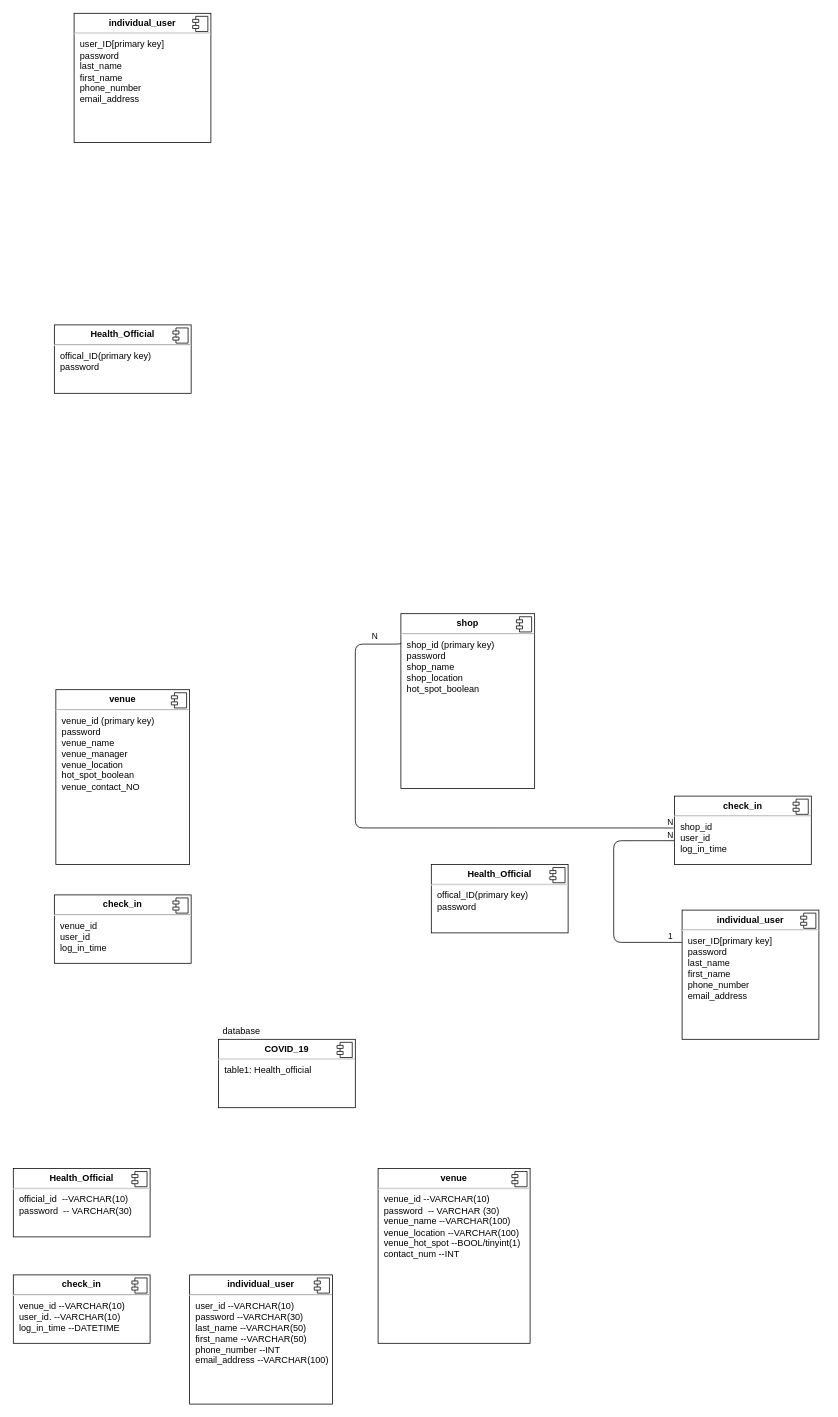
Before: schema.drawio in s1-wdc-project/COVID-tracing-system, a draw.io diagram. Source tidied: cells renumbered, new cells numbered last; positions are measured from the earlier drawing's top-left corner, leaving out a move shared by most shapes. Both pictures are drawn from the tidied source at 76%, with x=0, y=0 at pixel (13, 13).
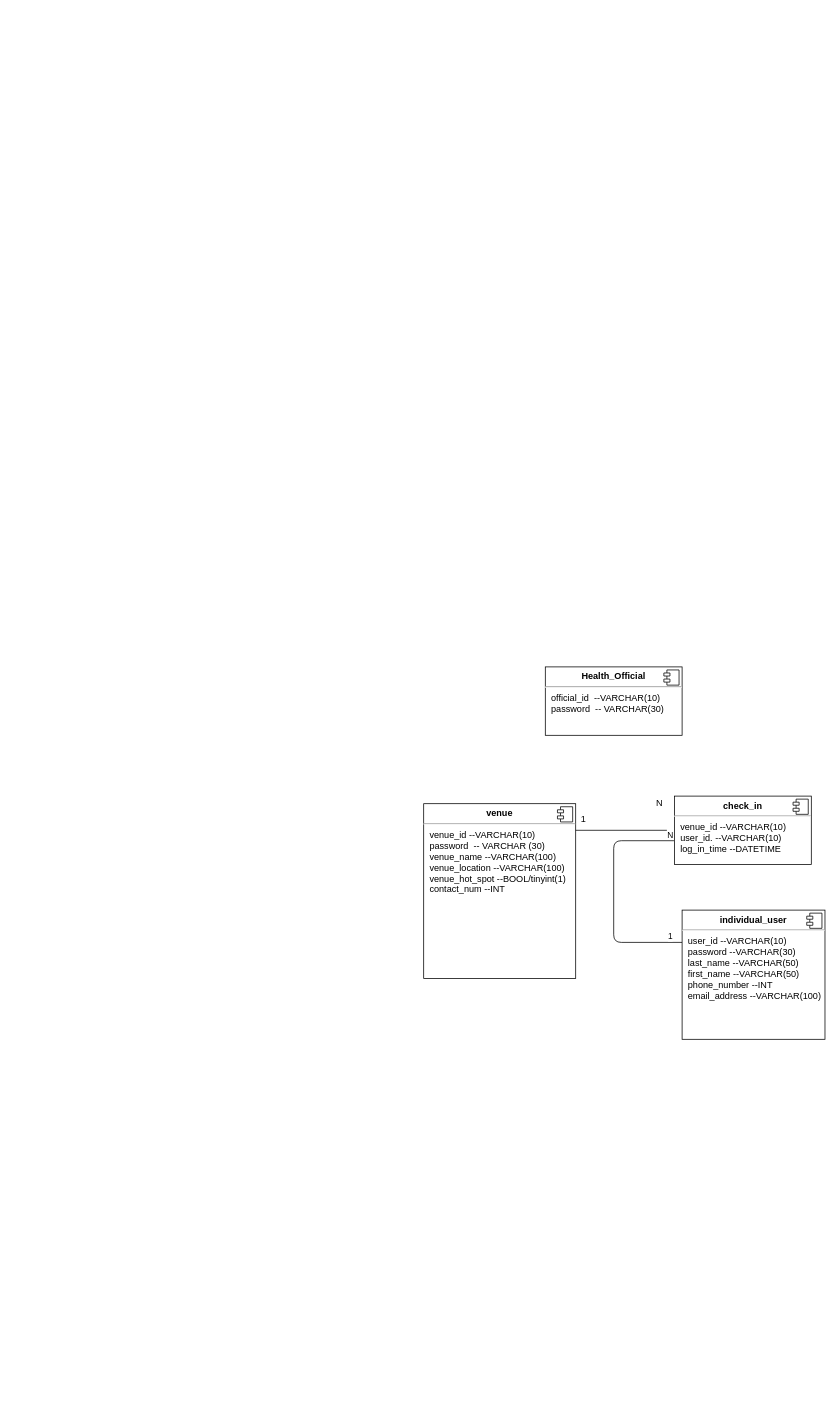
The same diagram, later.

The edit, as a diff of the source:
```diff
@@
-    <mxCell id="2" value="&lt;p style=&quot;margin: 0px ; margin-top: 6px ; text-align: center&quot;&gt;&lt;b&gt;individual_user&lt;/b&gt;&lt;/p&gt;&lt;hr&gt;&lt;p style=&quot;margin: 0px ; margin-left: 8px&quot;&gt;user_ID[primary key]&lt;/p&gt;&lt;p style=&quot;margin: 0px ; margin-left: 8px&quot;&gt;password&lt;/p&gt;&lt;p style=&quot;margin: 0px ; margin-left: 8px&quot;&gt;last_name&lt;/p&gt;&lt;p style=&quot;margin: 0px ; margin-left: 8px&quot;&gt;first_name&lt;/p&gt;&lt;p style=&quot;margin: 0px ; margin-left: 8px&quot;&gt;phone_number&lt;/p&gt;&lt;p style=&quot;margin: 0px ; margin-left: 8px&quot;&gt;email_address&lt;/p&gt;&lt;p style=&quot;margin: 0px ; margin-left: 8px&quot;&gt;&lt;br&gt;&lt;/p&gt;" style="align=left;overflow=fill;html=1;" parent="1" vertex="1">
-      <mxGeometry x="80" width="180" height="170" as="geometry" />
-    </mxCell>
-    <mxCell id="3" style="shape=component;jettyWidth=8;jettyHeight=4;" parent="2" vertex="1">
-      <mxGeometry x="1" width="20" height="20" relative="1" as="geometry">
-        <mxPoint x="-24" y="4" as="offset" />
-      </mxGeometry>
-    </mxCell>
-    <mxCell id="4" value="&lt;p style=&quot;margin: 0px ; margin-top: 6px ; text-align: center&quot;&gt;&lt;b&gt;Health_Official&lt;/b&gt;&lt;/p&gt;&lt;hr&gt;&lt;p style=&quot;margin: 0px ; margin-left: 8px&quot;&gt;offical_ID(primary key)&lt;/p&gt;&lt;p style=&quot;margin: 0px ; margin-left: 8px&quot;&gt;password&lt;/p&gt;&lt;p style=&quot;margin: 0px ; margin-left: 8px&quot;&gt;&lt;br&gt;&lt;/p&gt;" style="align=left;overflow=fill;html=1;" parent="1" vertex="1">
-      <mxGeometry x="54" y="410" width="180" height="90" as="geometry" />
-    </mxCell>
-    <mxCell id="5" style="shape=component;jettyWidth=8;jettyHeight=4;" parent="4" vertex="1">
-      <mxGeometry x="1" width="20" height="20" relative="1" as="geometry">
-        <mxPoint x="-24" y="4" as="offset" />
-      </mxGeometry>
-    </mxCell>
-    <mxCell id="6" value="&lt;p style=&quot;margin: 0px ; margin-top: 6px ; text-align: center&quot;&gt;&lt;b&gt;venue&lt;/b&gt;&lt;/p&gt;&lt;hr&gt;&lt;p style=&quot;margin: 0px ; margin-left: 8px&quot;&gt;venue_id (primary key)&lt;/p&gt;&lt;p style=&quot;margin: 0px ; margin-left: 8px&quot;&gt;password&lt;br&gt;&lt;/p&gt;&lt;p style=&quot;margin: 0px ; margin-left: 8px&quot;&gt;&lt;span&gt;venue_name&amp;nbsp;&lt;/span&gt;&lt;br&gt;&lt;/p&gt;&lt;p style=&quot;margin: 0px ; margin-left: 8px&quot;&gt;&lt;span&gt;venue_manager&lt;/span&gt;&lt;/p&gt;&lt;p style=&quot;margin: 0px ; margin-left: 8px&quot;&gt;&lt;span&gt;venue_location&amp;nbsp;&lt;/span&gt;&lt;/p&gt;&lt;p style=&quot;margin: 0px ; margin-left: 8px&quot;&gt;&lt;span&gt;hot_spot_boolean&lt;/span&gt;&lt;/p&gt;&lt;p style=&quot;margin: 0px ; margin-left: 8px&quot;&gt;&lt;span&gt;venue_contact_NO&lt;/span&gt;&lt;/p&gt;&lt;p style=&quot;margin: 0px ; margin-left: 8px&quot;&gt;&lt;br&gt;&lt;/p&gt;&lt;p style=&quot;margin: 0px ; margin-left: 8px&quot;&gt;&lt;span&gt;&lt;br&gt;&lt;/span&gt;&lt;/p&gt;&lt;p style=&quot;margin: 0px ; margin-left: 8px&quot;&gt;&lt;span&gt;&lt;br&gt;&lt;/span&gt;&lt;/p&gt;" style="align=left;overflow=fill;html=1;" parent="1" vertex="1">
-      <mxGeometry x="56" y="890" width="176" height="230" as="geometry" />
-    </mxCell>
-    <mxCell id="7" style="shape=component;jettyWidth=8;jettyHeight=4;" parent="6" vertex="1">
-      <mxGeometry x="1" width="20" height="20" relative="1" as="geometry">
-        <mxPoint x="-24" y="4" as="offset" />
-      </mxGeometry>
-    </mxCell>
-    <mxCell id="8" value="&lt;p style=&quot;margin: 0px ; margin-top: 6px ; text-align: center&quot;&gt;&lt;b&gt;check_in&lt;/b&gt;&lt;/p&gt;&lt;hr&gt;&lt;p style=&quot;margin: 0px ; margin-left: 8px&quot;&gt;venue_id&amp;nbsp;&lt;/p&gt;&lt;p style=&quot;margin: 0px ; margin-left: 8px&quot;&gt;user_id&lt;/p&gt;&lt;p style=&quot;margin: 0px ; margin-left: 8px&quot;&gt;log_in_time&lt;/p&gt;&lt;p style=&quot;margin: 0px ; margin-left: 8px&quot;&gt;&lt;br&gt;&lt;/p&gt;&lt;p style=&quot;margin: 0px ; margin-left: 8px&quot;&gt;&lt;br&gt;&lt;/p&gt;" style="align=left;overflow=fill;html=1;" parent="1" vertex="1">
-      <mxGeometry x="54" y="1160" width="180" height="90" as="geometry" />
-    </mxCell>
-    <mxCell id="9" style="shape=component;jettyWidth=8;jettyHeight=4;" parent="8" vertex="1">
-      <mxGeometry x="1" width="20" height="20" relative="1" as="geometry">
-        <mxPoint x="-24" y="4" as="offset" />
-      </mxGeometry>
-    </mxCell>
-    <mxCell id="10" value="&lt;p style=&quot;margin: 0px ; margin-top: 6px ; text-align: center&quot;&gt;&lt;b&gt;Health_Official&lt;/b&gt;&lt;/p&gt;&lt;hr&gt;&lt;p style=&quot;margin: 0px ; margin-left: 8px&quot;&gt;offical_ID(primary key)&lt;/p&gt;&lt;p style=&quot;margin: 0px ; margin-left: 8px&quot;&gt;password&lt;/p&gt;&lt;p style=&quot;margin: 0px ; margin-left: 8px&quot;&gt;&lt;br&gt;&lt;/p&gt;" style="align=left;overflow=fill;html=1;" parent="1" vertex="1">
-      <mxGeometry x="550" y="1120" width="180" height="90" as="geometry" />
-    </mxCell>
-    <mxCell id="11" style="shape=component;jettyWidth=8;jettyHeight=4;" parent="10" vertex="1">
-      <mxGeometry x="1" width="20" height="20" relative="1" as="geometry">
-        <mxPoint x="-24" y="4" as="offset" />
-      </mxGeometry>
-    </mxCell>
-    <mxCell id="12" value="&lt;p style=&quot;margin: 0px ; margin-top: 6px ; text-align: center&quot;&gt;&lt;b&gt;shop&lt;/b&gt;&lt;/p&gt;&lt;hr&gt;&lt;p style=&quot;margin: 0px ; margin-left: 8px&quot;&gt;shop_id (primary key&lt;span&gt;)&lt;/span&gt;&lt;/p&gt;&lt;p style=&quot;margin: 0px 0px 0px 8px&quot;&gt;password&lt;/p&gt;&lt;p style=&quot;margin: 0px ; margin-left: 8px&quot;&gt;&lt;span&gt;shop_name&amp;nbsp;&lt;/span&gt;&lt;/p&gt;&lt;p style=&quot;margin: 0px ; margin-left: 8px&quot;&gt;&lt;span&gt;shop_location&amp;nbsp;&lt;/span&gt;&lt;/p&gt;&lt;p style=&quot;margin: 0px ; margin-left: 8px&quot;&gt;&lt;span&gt;hot_spot_boolean&lt;/span&gt;&lt;/p&gt;&lt;p style=&quot;margin: 0px ; margin-left: 8px&quot;&gt;&lt;span&gt;&lt;br&gt;&lt;/span&gt;&lt;/p&gt;&lt;p style=&quot;margin: 0px ; margin-left: 8px&quot;&gt;&lt;span&gt;&lt;br&gt;&lt;/span&gt;&lt;/p&gt;" style="align=left;overflow=fill;html=1;" parent="1" vertex="1">
-      <mxGeometry x="510" y="790" width="176" height="230" as="geometry" />
-    </mxCell>
-    <mxCell id="13" style="shape=component;jettyWidth=8;jettyHeight=4;" parent="12" vertex="1">
-      <mxGeometry x="1" width="20" height="20" relative="1" as="geometry">
-        <mxPoint x="-24" y="4" as="offset" />
-      </mxGeometry>
-    </mxCell>
-    <mxCell id="14" value="&lt;p style=&quot;margin: 0px ; margin-top: 6px ; text-align: center&quot;&gt;&lt;b&gt;check_in&lt;/b&gt;&lt;/p&gt;&lt;hr&gt;&lt;p style=&quot;margin: 0px ; margin-left: 8px&quot;&gt;shop_id&amp;nbsp;&lt;/p&gt;&lt;p style=&quot;margin: 0px ; margin-left: 8px&quot;&gt;user_id&lt;/p&gt;&lt;p style=&quot;margin: 0px ; margin-left: 8px&quot;&gt;log_in_time&lt;/p&gt;&lt;p style=&quot;margin: 0px ; margin-left: 8px&quot;&gt;&lt;br&gt;&lt;/p&gt;&lt;p style=&quot;margin: 0px ; margin-left: 8px&quot;&gt;&lt;br&gt;&lt;/p&gt;" style="align=left;overflow=fill;html=1;" parent="1" vertex="1">
-      <mxGeometry x="870" y="1030" width="180" height="90" as="geometry" />
-    </mxCell>
-    <mxCell id="15" style="shape=component;jettyWidth=8;jettyHeight=4;" parent="14" vertex="1">
-      <mxGeometry x="1" width="20" height="20" relative="1" as="geometry">
-        <mxPoint x="-24" y="4" as="offset" />
-      </mxGeometry>
-    </mxCell>
-    <mxCell id="16" style="endArrow=none;html=1;edgeStyle=orthogonalEdgeStyle;entryX=-0.007;entryY=0.466;entryDx=0;entryDy=0;exitX=0;exitY=0.167;exitDx=0;exitDy=0;exitPerimeter=0;entryPerimeter=0;" parent="1" edge="1" source="12" target="14">
-      <mxGeometry relative="1" as="geometry">
-        <Array as="points">
-          <mxPoint x="510" y="830" />
-          <mxPoint x="450" y="830" />
-          <mxPoint x="450" y="1072" />
-        </Array>
-      </mxGeometry>
-    </mxCell>
-    <mxCell id="17" value="N" style="edgeLabel;html=1;align=left;verticalAlign=bottom;" parent="16" vertex="1">
-      <mxGeometry x="-1" relative="1" as="geometry">
-        <mxPoint x="-40" as="offset" />
-      </mxGeometry>
-    </mxCell>
-    <mxCell id="18" value="N" style="edgeLabel;html=1;align=right;verticalAlign=bottom;" parent="16" vertex="1">
-      <mxGeometry x="1" relative="1" as="geometry" />
-    </mxCell>
-    <mxCell id="19" value="&lt;p style=&quot;margin: 0px ; margin-top: 6px ; text-align: center&quot;&gt;&lt;b&gt;individual_user&lt;/b&gt;&lt;/p&gt;&lt;hr&gt;&lt;p style=&quot;margin: 0px ; margin-left: 8px&quot;&gt;user_ID[primary key]&lt;/p&gt;&lt;p style=&quot;margin: 0px ; margin-left: 8px&quot;&gt;password&lt;/p&gt;&lt;p style=&quot;margin: 0px ; margin-left: 8px&quot;&gt;last_name&lt;/p&gt;&lt;p style=&quot;margin: 0px ; margin-left: 8px&quot;&gt;first_name&lt;/p&gt;&lt;p style=&quot;margin: 0px ; margin-left: 8px&quot;&gt;phone_number&lt;/p&gt;&lt;p style=&quot;margin: 0px ; margin-left: 8px&quot;&gt;email_address&lt;/p&gt;&lt;p style=&quot;margin: 0px ; margin-left: 8px&quot;&gt;&lt;br&gt;&lt;/p&gt;" style="align=left;overflow=fill;html=1;" parent="1" vertex="1">
-      <mxGeometry x="880" y="1180" width="180" height="170" as="geometry" />
-    </mxCell>
-    <mxCell id="20" style="shape=component;jettyWidth=8;jettyHeight=4;" parent="19" vertex="1">
-      <mxGeometry x="1" width="20" height="20" relative="1" as="geometry">
-        <mxPoint x="-24" y="4" as="offset" />
-      </mxGeometry>
-    </mxCell>
-    <mxCell id="21" style="endArrow=none;html=1;edgeStyle=orthogonalEdgeStyle;entryX=-0.004;entryY=0.652;entryDx=0;entryDy=0;entryPerimeter=0;exitX=0;exitY=0.25;exitDx=0;exitDy=0;" parent="1" edge="1" source="19" target="14">
+    <mxCell id="21" style="endArrow=none;html=1;edgeStyle=orthogonalEdgeStyle;entryX=-0.004;entryY=0.652;entryDx=0;entryDy=0;entryPerimeter=0;exitX=0;exitY=0.25;exitDx=0;exitDy=0;" parent="1" edge="1">
       <mxGeometry relative="1" as="geometry">
+        <mxPoint x="880" y="1222.5" as="sourcePoint" />
+        <mxPoint x="869.3" y="1088.7" as="targetPoint" />
         <Array as="points">
           <mxPoint x="790" y="1223" />
           <mxPoint x="790" y="1089" />
         </Array>
       </mxGeometry>
     </mxCell>
@@
-    <mxCell id="24" value="&lt;p style=&quot;margin: 0px ; margin-top: 6px ; text-align: center&quot;&gt;&lt;b&gt;COVID_19&lt;/b&gt;&lt;/p&gt;&lt;hr&gt;&lt;p style=&quot;margin: 0px ; margin-left: 8px&quot;&gt;table1: Health_official&lt;/p&gt;" style="align=left;overflow=fill;html=1;" parent="1" vertex="1">
-      <mxGeometry x="270" y="1350" width="180" height="90" as="geometry" />
-    </mxCell>
-    <mxCell id="25" style="shape=component;jettyWidth=8;jettyHeight=4;" parent="24" vertex="1">
-      <mxGeometry x="1" width="20" height="20" relative="1" as="geometry">
-        <mxPoint x="-24" y="4" as="offset" />
-      </mxGeometry>
-    </mxCell>
-    <mxCell id="26" value="database" style="text;html=1;align=center;verticalAlign=middle;strokeColor=none;" parent="1" vertex="1">
-      <mxGeometry x="270" y="1330" width="60" height="20" as="geometry" />
-    </mxCell>
     <mxCell id="27" value="&lt;p style=&quot;margin: 0px ; margin-top: 6px ; text-align: center&quot;&gt;&lt;b&gt;Health_Official&lt;/b&gt;&lt;/p&gt;&lt;hr&gt;&lt;p style=&quot;margin: 0px ; margin-left: 8px&quot;&gt;official_id&amp;nbsp; --VARCHAR(10)&lt;/p&gt;&lt;p style=&quot;margin: 0px ; margin-left: 8px&quot;&gt;password&amp;nbsp; -- VARCHAR(30)&lt;/p&gt;&lt;p style=&quot;margin: 0px ; margin-left: 8px&quot;&gt;&lt;br&gt;&lt;/p&gt;" style="align=left;overflow=fill;html=1;" parent="1" vertex="1">
-      <mxGeometry y="1520" width="180" height="90" as="geometry" />
+      <mxGeometry x="700" y="860" width="180" height="90" as="geometry" />
     </mxCell>
@@
     <mxCell id="29" value="&lt;p style=&quot;margin: 0px ; margin-top: 6px ; text-align: center&quot;&gt;&lt;b&gt;venue&lt;/b&gt;&lt;/p&gt;&lt;hr&gt;&lt;p style=&quot;margin: 0px ; margin-left: 8px&quot;&gt;venue_id --VARCHAR(10)&lt;/p&gt;&lt;p style=&quot;margin: 0px ; margin-left: 8px&quot;&gt;password&amp;nbsp; -- VARCHAR (30)&lt;br&gt;&lt;/p&gt;&lt;p style=&quot;margin: 0px ; margin-left: 8px&quot;&gt;&lt;span&gt;venue_name --VARCHAR(100)&lt;/span&gt;&lt;/p&gt;&lt;p style=&quot;margin: 0px ; margin-left: 8px&quot;&gt;&lt;span&gt;venue_location --VARCHAR(100)&lt;/span&gt;&lt;/p&gt;&lt;p style=&quot;margin: 0px ; margin-left: 8px&quot;&gt;&lt;span&gt;venue_hot_spot --BOOL/tinyint(1)&lt;/span&gt;&lt;/p&gt;&lt;p style=&quot;margin: 0px ; margin-left: 8px&quot;&gt;contact_num --INT&amp;nbsp;&lt;/p&gt;&lt;p style=&quot;margin: 0px ; margin-left: 8px&quot;&gt;&lt;br&gt;&lt;/p&gt;&lt;p style=&quot;margin: 0px ; margin-left: 8px&quot;&gt;&lt;span&gt;&lt;br&gt;&lt;/span&gt;&lt;/p&gt;&lt;p style=&quot;margin: 0px ; margin-left: 8px&quot;&gt;&lt;span&gt;&lt;br&gt;&lt;/span&gt;&lt;/p&gt;" style="align=left;overflow=fill;html=1;" parent="1" vertex="1">
-      <mxGeometry x="480" y="1520" width="200" height="230" as="geometry" />
+      <mxGeometry x="540" y="1040" width="200" height="230" as="geometry" />
     </mxCell>
@@
     <mxCell id="31" value="&lt;p style=&quot;margin: 0px ; margin-top: 6px ; text-align: center&quot;&gt;&lt;b&gt;check_in&lt;/b&gt;&lt;/p&gt;&lt;hr&gt;&lt;p style=&quot;margin: 0px ; margin-left: 8px&quot;&gt;venue_id --VARCHAR(10)&lt;/p&gt;&lt;p style=&quot;margin: 0px ; margin-left: 8px&quot;&gt;user_id. --VARCHAR(10)&lt;/p&gt;&lt;p style=&quot;margin: 0px ; margin-left: 8px&quot;&gt;log_in_time --DATETIME&lt;/p&gt;&lt;p style=&quot;margin: 0px ; margin-left: 8px&quot;&gt;&lt;br&gt;&lt;/p&gt;&lt;p style=&quot;margin: 0px ; margin-left: 8px&quot;&gt;&lt;br&gt;&lt;/p&gt;" style="align=left;overflow=fill;html=1;" parent="1" vertex="1">
-      <mxGeometry y="1660" width="180" height="90" as="geometry" />
+      <mxGeometry x="870" y="1030" width="180" height="90" as="geometry" />
     </mxCell>
@@
     <mxCell id="33" value="&lt;p style=&quot;margin: 0px ; margin-top: 6px ; text-align: center&quot;&gt;&lt;b&gt;individual_user&lt;/b&gt;&lt;/p&gt;&lt;hr&gt;&lt;p style=&quot;margin: 0px ; margin-left: 8px&quot;&gt;user_id --VARCHAR(10)&lt;/p&gt;&lt;p style=&quot;margin: 0px ; margin-left: 8px&quot;&gt;password --VARCHAR(30)&lt;/p&gt;&lt;p style=&quot;margin: 0px ; margin-left: 8px&quot;&gt;last_name --VARCHAR(50)&lt;/p&gt;&lt;p style=&quot;margin: 0px ; margin-left: 8px&quot;&gt;first_name --VARCHAR(50)&lt;/p&gt;&lt;p style=&quot;margin: 0px ; margin-left: 8px&quot;&gt;phone_number --INT&lt;/p&gt;&lt;p style=&quot;margin: 0px ; margin-left: 8px&quot;&gt;email_address --VARCHAR(100)&lt;/p&gt;&lt;p style=&quot;margin: 0px ; margin-left: 8px&quot;&gt;&lt;br&gt;&lt;/p&gt;" style="align=left;overflow=fill;html=1;" parent="1" vertex="1">
-      <mxGeometry x="232" y="1660" width="188" height="170" as="geometry" />
+      <mxGeometry x="880" y="1180" width="188" height="170" as="geometry" />
     </mxCell>
@@
+    <mxCell id="35" style="line;strokeWidth=1;fillColor=none;align=left;verticalAlign=middle;spacingTop=-1;spacingLeft=3;spacingRight=3;labelPosition=right;" parent="1" vertex="1">
+      <mxGeometry x="740" y="1071" width="120" height="8" as="geometry" />
+    </mxCell>
+    <mxCell id="36" value="1" style="text;html=1;align=center;verticalAlign=middle;strokeColor=none;" parent="1" vertex="1">
+      <mxGeometry x="740" y="1050" width="20" height="20" as="geometry" />
+    </mxCell>
+    <mxCell id="37" value="N" style="text;html=1;align=center;verticalAlign=middle;strokeColor=none;" parent="1" vertex="1">
+      <mxGeometry x="840" y="1030" width="20" height="20" as="geometry" />
+    </mxCell>
```
